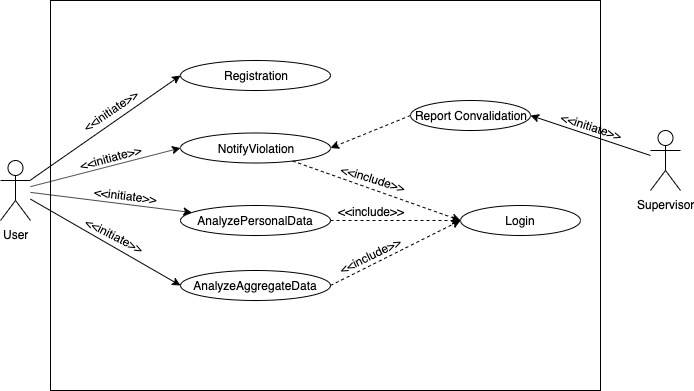
The draw.io diagram Documentation/RASD/Images/UseCaseUser.png in AndreaFalanti/FalantiHuang-SwEngineering2, before a commit. Source tidied: cells renumbered, new cells last; positions are measured from the earlier drawing's top-left corner, leaving out a move shared by most shapes.
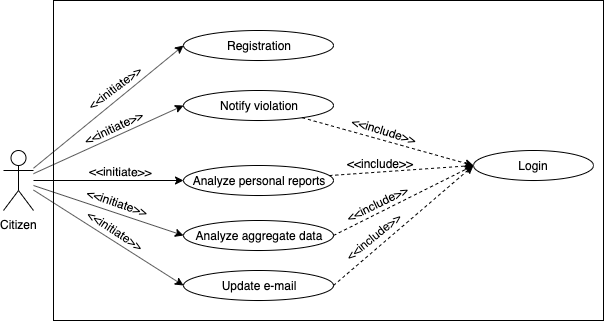
Above is the later version.

Change to the diagram source:
```diff
@@ -3,20 +3,20 @@
     <mxCell id="0" />
     <mxCell id="1" parent="0" />
     <mxCell id="2" style="rounded=0;whiteSpace=wrap;html=1;fillColor=none;labelBackgroundColor=none;" parent="1" vertex="1">
-      <mxGeometry x="50" width="550" height="390" as="geometry" />
+      <mxGeometry x="50" y="10" width="550" height="320" as="geometry" />
     </mxCell>
     <mxCell id="3" style="rounded=0;jettySize=auto;html=1;entryX=0;entryY=0.5;entryDx=0;entryDy=0;labelBackgroundColor=none;" parent="1" edge="1" source="9" target="17">
       <mxGeometry relative="1" as="geometry" />
     </mxCell>
-    <mxCell id="4" value="&amp;lt;&amp;lt;initiate&amp;gt;&amp;gt;" style="text;html=1;align=center;verticalAlign=middle;labelBackgroundColor=none;rotation=326;" parent="3" vertex="1">
+    <mxCell id="4" value="&amp;lt;&amp;lt;initiate&amp;gt;&amp;gt;" style="text;html=1;align=center;verticalAlign=middle;labelBackgroundColor=none;rotation=323;" parent="3" vertex="1">
       <mxGeometry x="0.19" y="-2" relative="1" as="geometry">
         <mxPoint x="-9.5" y="-9.5" as="offset" />
       </mxGeometry>
     </mxCell>
-    <mxCell id="5" style="edgeStyle=none;rounded=0;jettySize=auto;html=1;labelBackgroundColor=none;" parent="1" edge="1" source="9" target="15">
+    <mxCell id="5" style="edgeStyle=none;rounded=0;jettySize=auto;html=1;labelBackgroundColor=none;entryX=0;entryY=0.5;entryDx=0;entryDy=0;" parent="1" edge="1" source="9" target="15">
       <mxGeometry relative="1" as="geometry" />
     </mxCell>
-    <mxCell id="6" value="&amp;lt;&amp;lt;initiate&amp;gt;&amp;gt;" style="text;html=1;align=center;verticalAlign=middle;labelBackgroundColor=none;rotation=7;" parent="5" vertex="1">
+    <mxCell id="6" value="&amp;lt;&amp;lt;initiate&amp;gt;&amp;gt;" style="text;html=1;align=center;verticalAlign=middle;labelBackgroundColor=none;rotation=1;" parent="5" vertex="1">
       <mxGeometry x="0.25" y="5" relative="1" as="geometry">
         <mxPoint x="-7" y="-5" as="offset" />
       </mxGeometry>
@@ -24,12 +24,15 @@
     <mxCell id="7" style="edgeStyle=none;rounded=0;jettySize=auto;html=1;entryX=0;entryY=0.5;entryDx=0;entryDy=0;labelBackgroundColor=none;" parent="1" edge="1" source="9" target="20">
       <mxGeometry relative="1" as="geometry" />
     </mxCell>
-    <mxCell id="8" value="&amp;lt;&amp;lt;initiate&amp;gt;&amp;gt;" style="text;html=1;align=center;verticalAlign=middle;labelBackgroundColor=none;rotation=27;" parent="7" vertex="1">
+    <mxCell id="8" value="&amp;lt;&amp;lt;initiate&amp;gt;&amp;gt;" style="text;html=1;align=center;verticalAlign=middle;labelBackgroundColor=none;rotation=19;" parent="7" vertex="1">
       <mxGeometry x="0.04" y="-2" relative="1" as="geometry">
         <mxPoint x="7.5" y="-11" as="offset" />
       </mxGeometry>
     </mxCell>
+    <mxCell id="28" style="edgeStyle=none;rounded=0;jettySize=auto;html=1;entryX=0;entryY=0.5;entryDx=0;entryDy=0;" parent="1" edge="1" source="9" target="30">
+      <mxGeometry relative="1" as="geometry" />
+    </mxCell>
-    <mxCell id="9" value="User" style="shape=umlActor;verticalLabelPosition=bottom;labelBackgroundColor=none;verticalAlign=top;html=1;outlineConnect=0;" parent="1" vertex="1">
+    <mxCell id="9" value="Citizen" style="shape=umlActor;verticalLabelPosition=bottom;labelBackgroundColor=none;verticalAlign=top;html=1;outlineConnect=0;" parent="1" vertex="1">
       <mxGeometry y="160" width="30" height="60" as="geometry" />
     </mxCell>
     <mxCell id="10" style="edgeStyle=none;rounded=0;jettySize=auto;html=1;entryX=0;entryY=0.5;entryDx=0;entryDy=0;dashed=1;labelBackgroundColor=none;" parent="1" edge="1" source="12" target="16">
@@ -40,25 +43,25 @@
         <mxPoint x="13" y="-5" as="offset" />
       </mxGeometry>
     </mxCell>
-    <mxCell id="12" value="NotifyViolation" style="ellipse;whiteSpace=wrap;html=1;fillColor=none;labelBackgroundColor=none;" parent="1" vertex="1">
-      <mxGeometry x="180" y="132.5" width="150" height="30" as="geometry" />
+    <mxCell id="12" value="Notify violation" style="ellipse;whiteSpace=wrap;html=1;fillColor=none;labelBackgroundColor=none;" parent="1" vertex="1">
+      <mxGeometry x="180" y="100" width="150" height="30" as="geometry" />
     </mxCell>
     <mxCell id="13" style="edgeStyle=none;rounded=0;jettySize=auto;html=1;entryX=0;entryY=0.5;entryDx=0;entryDy=0;dashed=1;labelBackgroundColor=none;" parent="1" edge="1" source="15" target="16">
       <mxGeometry relative="1" as="geometry" />
     </mxCell>
     <mxCell id="14" value="&amp;lt;&amp;lt;include&amp;gt;&amp;gt;" style="text;html=1;align=center;verticalAlign=middle;labelBackgroundColor=none;" parent="13" vertex="1">
       <mxGeometry x="-0.54" y="2" relative="1" as="geometry">
-        <mxPoint x="10" y="-8" as="offset" />
+        <mxPoint x="18" y="-8" as="offset" />
       </mxGeometry>
     </mxCell>
-    <mxCell id="15" value="AnalyzePersonalData" style="ellipse;whiteSpace=wrap;html=1;fillColor=none;labelBackgroundColor=none;" parent="1" vertex="1">
-      <mxGeometry x="180" y="205" width="150" height="30" as="geometry" />
+    <mxCell id="15" value="Analyze personal reports" style="ellipse;whiteSpace=wrap;html=1;fillColor=none;labelBackgroundColor=none;" parent="1" vertex="1">
+      <mxGeometry x="180" y="175" width="150" height="30" as="geometry" />
     </mxCell>
     <mxCell id="16" value="Login" style="ellipse;whiteSpace=wrap;html=1;fillColor=none;labelBackgroundColor=none;" parent="1" vertex="1">
-      <mxGeometry x="460" y="205" width="120" height="30" as="geometry" />
+      <mxGeometry x="470" y="160" width="120" height="30" as="geometry" />
     </mxCell>
     <mxCell id="17" value="Registration" style="ellipse;whiteSpace=wrap;html=1;fillColor=none;labelBackgroundColor=none;" parent="1" vertex="1">
-      <mxGeometry x="180" y="60" width="150" height="30" as="geometry" />
+      <mxGeometry x="180" y="40" width="150" height="30" as="geometry" />
     </mxCell>
     <mxCell id="18" style="edgeStyle=none;rounded=0;jettySize=auto;html=1;entryX=0;entryY=0.5;entryDx=0;entryDy=0;dashed=1;labelBackgroundColor=none;exitX=1;exitY=0.5;exitDx=0;exitDy=0;" parent="1" edge="1" source="20" target="16">
       <mxGeometry relative="1" as="geometry" />
@@ -68,33 +71,32 @@
         <mxPoint x="-8.5" y="-6" as="offset" />
       </mxGeometry>
     </mxCell>
-    <mxCell id="20" value="AnalyzeAggregateData" style="ellipse;whiteSpace=wrap;html=1;fillColor=none;labelBackgroundColor=none;" parent="1" vertex="1">
-      <mxGeometry x="180" y="270" width="150" height="30" as="geometry" />
+    <mxCell id="20" value="Analyze aggregate data" style="ellipse;whiteSpace=wrap;html=1;fillColor=none;labelBackgroundColor=none;" parent="1" vertex="1">
+      <mxGeometry x="180" y="230" width="150" height="30" as="geometry" />
     </mxCell>
-    <mxCell id="21" style="rounded=0;jettySize=auto;html=1;labelBackgroundColor=none;entryX=1;entryY=0.5;entryDx=0;entryDy=0;" parent="1" edge="1" source="23" target="27">
-      <mxGeometry relative="1" as="geometry" />
-    </mxCell>
-    <mxCell id="22" value="&amp;lt;&amp;lt;initiate&amp;gt;&amp;gt;" style="text;html=1;align=center;verticalAlign=middle;labelBackgroundColor=none;rotation=18;" parent="21" vertex="1">
-      <mxGeometry x="0.09" y="-4" relative="1" as="geometry">
-        <mxPoint x="5" y="-4" as="offset" />
-      </mxGeometry>
-    </mxCell>
-    <mxCell id="23" value="Supervisor" style="shape=umlActor;verticalLabelPosition=bottom;labelBackgroundColor=none;verticalAlign=top;html=1;outlineConnect=0;" parent="1" vertex="1">
-      <mxGeometry x="650" y="130" width="30" height="60" as="geometry" />
-    </mxCell>
     <mxCell id="24" style="edgeStyle=none;rounded=0;jettySize=auto;entryX=0;entryY=0.5;entryDx=0;entryDy=0;html=1;verticalAlign=bottom;spacingRight=0;snapToPoint=0;fixDash=0;noJump=0;textDirection=ltr;labelBackgroundColor=none;" parent="1" edge="1" source="9" target="12">
       <mxGeometry relative="1" as="geometry" />
     </mxCell>
-    <mxCell id="25" value="&amp;lt;&amp;lt;initiate&amp;gt;&amp;gt;" style="text;html=1;align=center;verticalAlign=middle;labelBackgroundColor=none;rotation=345;" parent="24" vertex="1">
+    <mxCell id="25" value="&amp;lt;&amp;lt;initiate&amp;gt;&amp;gt;" style="text;html=1;align=center;verticalAlign=middle;labelBackgroundColor=none;rotation=335;" parent="24" vertex="1">
       <mxGeometry x="0.44" y="1" relative="1" as="geometry">
-        <mxPoint x="-28.5" y="-1" as="offset" />
+        <mxPoint x="-28.5" y="4" as="offset" />
       </mxGeometry>
     </mxCell>
-    <mxCell id="26" style="edgeStyle=none;rounded=0;jettySize=auto;html=1;entryX=1;entryY=0.5;entryDx=0;entryDy=0;labelBackgroundColor=none;dashed=1;exitX=0;exitY=0.5;exitDx=0;exitDy=0;" parent="1" edge="1" source="27" target="12">
-      <mxGeometry relative="1" as="geometry" />
-    </mxCell>
-    <mxCell id="27" value="Report Convalidation" style="ellipse;whiteSpace=wrap;html=1;fillColor=none;labelBackgroundColor=none;" parent="1" vertex="1">
-      <mxGeometry x="410" y="100" width="120" height="30" as="geometry" />
-    </mxCell>
+    <mxCell id="29" style="edgeStyle=none;rounded=0;jettySize=auto;html=1;entryX=0;entryY=0.5;entryDx=0;entryDy=0;exitX=1;exitY=0.5;exitDx=0;exitDy=0;dashed=1;" parent="1" edge="1" source="30" target="16">
+      <mxGeometry relative="1" as="geometry" />
+    </mxCell>
+    <mxCell id="30" value="Update e-mail" style="ellipse;whiteSpace=wrap;html=1;fillColor=none;labelBackgroundColor=none;" parent="1" vertex="1">
+      <mxGeometry x="180" y="280" width="150" height="30" as="geometry" />
+    </mxCell>
+    <mxCell id="22" value="&amp;lt;&amp;lt;initiate&amp;gt;&amp;gt;" style="text;html=1;align=center;verticalAlign=middle;labelBackgroundColor=none;rotation=33;" parent="1" vertex="1">
+      <mxGeometry x="100.2" y="244.8" as="geometry">
+        <mxPoint x="7.5" y="-11" as="offset" />
+      </mxGeometry>
+    </mxCell>
+    <mxCell id="31" value="&amp;lt;&amp;lt;include&amp;gt;&amp;gt;" style="text;html=1;align=center;verticalAlign=middle;labelBackgroundColor=#ffffff;rotation=321;" parent="1" vertex="1">
+      <mxGeometry x="379.9" y="245.1" as="geometry">
+        <mxPoint x="-8.5" y="-6" as="offset" />
+      </mxGeometry>
+    </mxCell>
   </root>
 </mxGraphModel>
```
